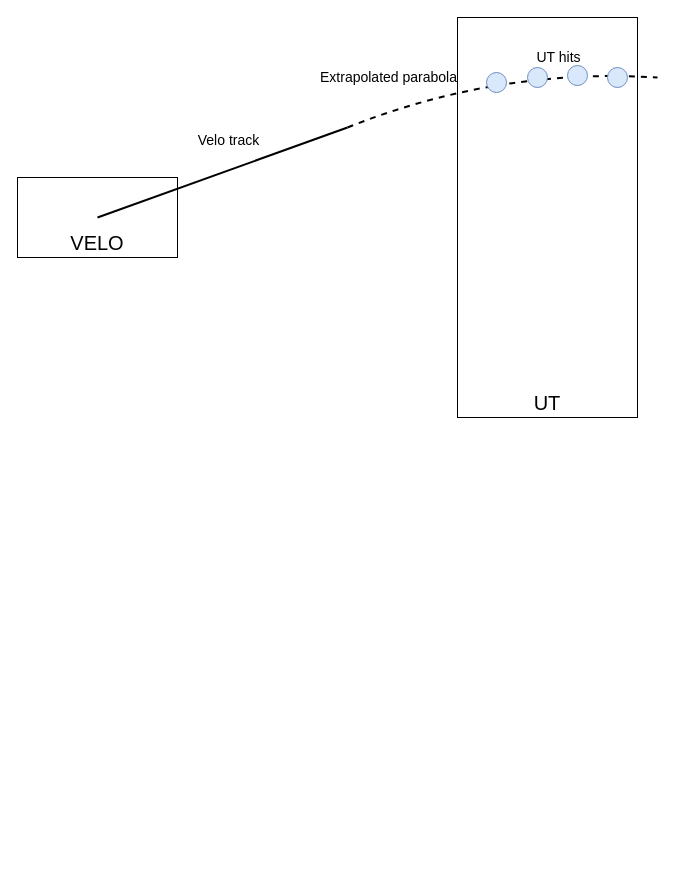
Earlier version of the draw.io diagram Report/drawings/velout_parabola_fit.drawio (petiaccja/UU_CERN_Thesis). Source tidied: cells renumbered, new cells numbered last; positions are measured from the earlier drawing's top-left corner, leaving out a move shared by most shapes. Both pictures are drawn from the tidied source at 100%, with x=0, y=0 at pixel (17, 17).
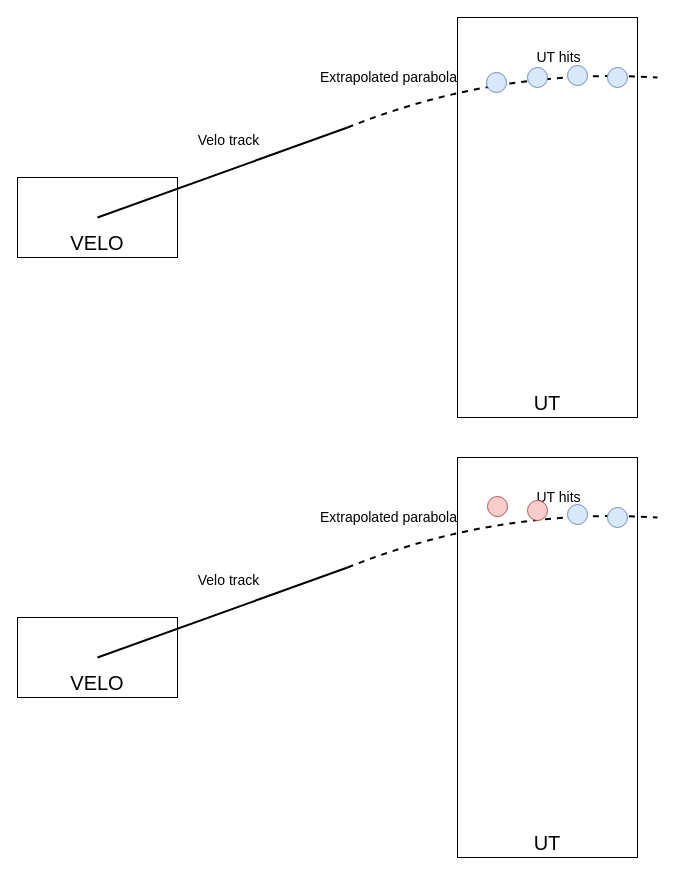
After the change.

Diff of the diagram source:
```diff
@@
+    <mxCell id="13" value="UT" style="rounded=0;whiteSpace=wrap;html=1;fillColor=none;fontSize=20;verticalAlign=bottom;" parent="1" vertex="1">
+      <mxGeometry x="440" y="440" width="180" height="400" as="geometry" />
+    </mxCell>
+    <mxCell id="14" value="VELO" style="rounded=0;whiteSpace=wrap;html=1;fillColor=none;verticalAlign=bottom;fontSize=20;" parent="1" vertex="1">
+      <mxGeometry y="600" width="160" height="80" as="geometry" />
+    </mxCell>
+    <mxCell id="15" style="endArrow=none;html=1;exitX=0.5;exitY=0.5;exitDx=0;exitDy=0;exitPerimeter=0;strokeWidth=2;" parent="1" edge="1" source="14">
+      <mxGeometry relative="1" as="geometry">
+        <mxPoint x="330" y="550" as="targetPoint" />
+      </mxGeometry>
+    </mxCell>
+    <mxCell id="16" value="&lt;font style=&quot;font-size: 14px&quot;&gt;Velo track&lt;br&gt;&lt;/font&gt;" style="text;html=1;align=center;verticalAlign=middle;labelBackgroundColor=#ffffff;fontSize=20;" parent="15" vertex="1">
+      <mxGeometry x="0.11" y="-4" relative="1" as="geometry">
+        <mxPoint x="-9.5" y="-34" as="offset" />
+      </mxGeometry>
+    </mxCell>
+    <mxCell id="17" value="Extrapolated parabola" style="text;html=1;align=center;verticalAlign=middle;labelBackgroundColor=#ffffff;fontSize=14;" parent="15" vertex="1">
+      <mxGeometry x="0.11" y="-4" relative="1" as="geometry">
+        <mxPoint x="150.5" y="-94" as="offset" />
+      </mxGeometry>
+    </mxCell>
+    <mxCell id="18" value="UT hits" style="text;html=1;align=center;verticalAlign=middle;labelBackgroundColor=#ffffff;fontSize=14;" parent="15" vertex="1">
+      <mxGeometry x="0.11" y="-4" relative="1" as="geometry">
+        <mxPoint x="320.5" y="-114" as="offset" />
+      </mxGeometry>
+    </mxCell>
+    <mxCell id="19" style="endArrow=none;dashed=1;html=1;strokeWidth=2;curved=1;" parent="1" edge="1">
+      <mxGeometry relative="1" as="geometry">
+        <mxPoint x="330" y="550" as="sourcePoint" />
+        <mxPoint x="640" y="500" as="targetPoint" />
+        <Array as="points">
+          <mxPoint x="480" y="490" />
+        </Array>
+      </mxGeometry>
+    </mxCell>
+    <mxCell id="20" style="ellipse;whiteSpace=wrap;html=1;fillColor=#f8cecc;strokeColor=#b85450;" parent="1" vertex="1">
+      <mxGeometry x="470" y="479" width="20" height="20" as="geometry" />
+    </mxCell>
+    <mxCell id="21" style="ellipse;whiteSpace=wrap;html=1;fillColor=#f8cecc;strokeColor=#b85450;" parent="1" vertex="1">
+      <mxGeometry x="510" y="483" width="20" height="20" as="geometry" />
+    </mxCell>
+    <mxCell id="22" style="ellipse;whiteSpace=wrap;html=1;fillColor=#dae8fc;strokeColor=#6c8ebf;" parent="1" vertex="1">
+      <mxGeometry x="550" y="487" width="20" height="20" as="geometry" />
+    </mxCell>
+    <mxCell id="23" style="ellipse;whiteSpace=wrap;html=1;fillColor=#dae8fc;strokeColor=#6c8ebf;" parent="1" vertex="1">
+      <mxGeometry x="590" y="490" width="20" height="20" as="geometry" />
+    </mxCell>
```
